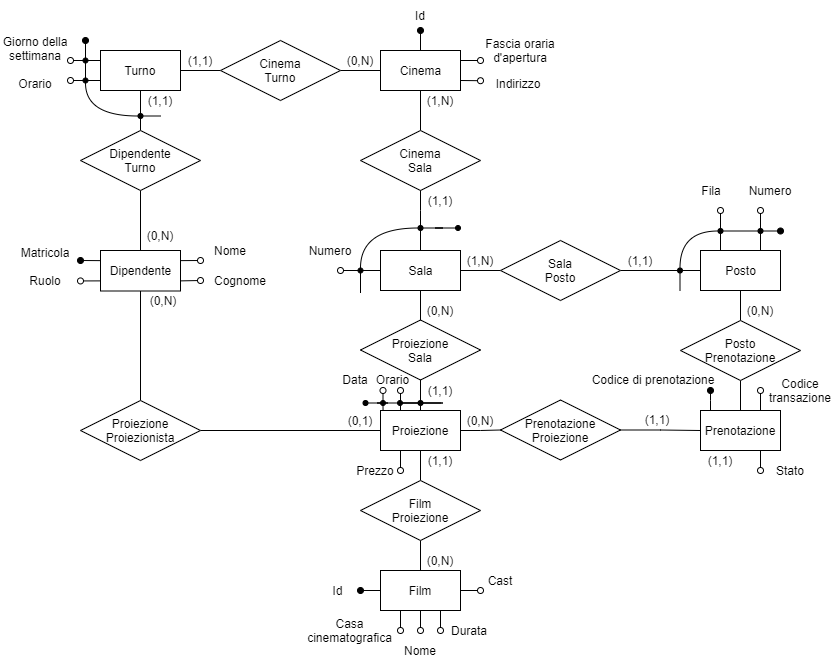
buracchi/cinema-management-system keeps this draw.io diagram as docs/media/er_diagrams/restructuration.png. Above is the earlier version. Source tidied: cells renumbered, new cells last; positions are measured from the earlier drawing's top-left corner, leaving out a move shared by most shapes.
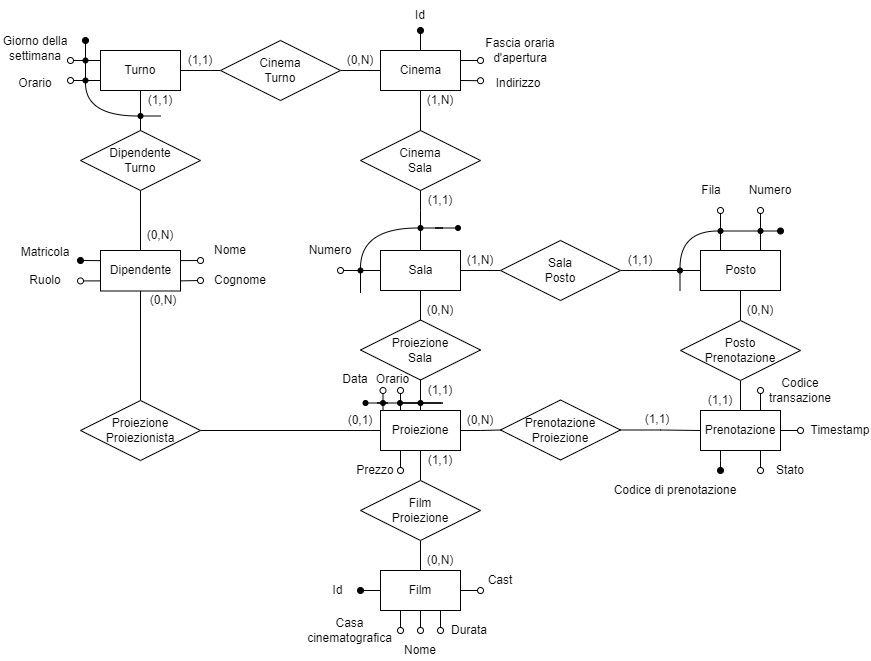
Above is the later version.

The edit, as a diff of the source:
```diff
@@ -115,15 +115,6 @@
     <mxCell id="31" value="(0,N)" style="text;html=1;strokeColor=none;fillColor=none;align=center;verticalAlign=middle;whiteSpace=wrap;sketch=0;" parent="1" vertex="1">
       <mxGeometry x="420" y="300" width="40" height="20" as="geometry" />
     </mxCell>
-    <mxCell id="32" style="edgeStyle=orthogonalEdgeStyle;jettySize=auto;html=1;startSize=6;endArrow=oval;endFill=1;endSize=6;fillColor=#000000;sketch=0;rounded=0;" parent="1" edge="1" source="36">
-      <mxGeometry relative="1" as="geometry">
-        <mxPoint x="710" y="390" as="targetPoint" />
-        <Array as="points">
-          <mxPoint x="710" y="400" />
-          <mxPoint x="710" y="400" />
-        </Array>
-      </mxGeometry>
-    </mxCell>
     <mxCell id="33" style="edgeStyle=orthogonalEdgeStyle;curved=1;rounded=0;jettySize=auto;html=1;entryX=0.5;entryY=1;entryDx=0;entryDy=0;endArrow=none;endFill=0;" parent="1" edge="1" source="36" target="96">
       <mxGeometry relative="1" as="geometry" />
     </mxCell>
@@ -137,6 +128,24 @@
         <mxPoint x="760" y="470" as="targetPoint" />
       </mxGeometry>
     </mxCell>
+    <mxCell id="137" style="edgeStyle=orthogonalEdgeStyle;rounded=0;jettySize=auto;html=1;endArrow=oval;endFill=1;exitX=0.25;exitY=1;exitDx=0;exitDy=0;" parent="1" edge="1" source="36">
+      <mxGeometry relative="1" as="geometry">
+        <mxPoint x="720" y="470" as="targetPoint" />
+        <Array as="points">
+          <mxPoint x="720" y="460" />
+          <mxPoint x="720" y="460" />
+        </Array>
+      </mxGeometry>
+    </mxCell>
+    <mxCell id="138" style="edgeStyle=orthogonalEdgeStyle;rounded=0;jettySize=auto;html=1;endArrow=oval;endFill=0;" parent="1" edge="1" source="36">
+      <mxGeometry relative="1" as="geometry">
+        <mxPoint x="800" y="430" as="targetPoint" />
+        <Array as="points">
+          <mxPoint x="800" y="430" />
+          <mxPoint x="800" y="430" />
+        </Array>
+      </mxGeometry>
+    </mxCell>
     <mxCell id="36" value="Prenotazione" style="whiteSpace=wrap;html=1;sketch=0;" parent="1" vertex="1">
       <mxGeometry x="700" y="410" width="80" height="40" as="geometry" />
     </mxCell>
@@ -291,13 +300,13 @@
       <mxGeometry x="340" y="50" width="40" height="20" as="geometry" />
     </mxCell>
     <mxCell id="80" value="Codice di prenotazione" style="text;html=1;strokeColor=none;fillColor=none;align=center;verticalAlign=middle;whiteSpace=wrap;sketch=0;" parent="1" vertex="1">
-      <mxGeometry x="588" y="368.5" width="130" height="20" as="geometry" />
+      <mxGeometry x="609.5" y="480" width="130" height="20" as="geometry" />
     </mxCell>
     <mxCell id="81" value="(0,N)" style="text;html=1;strokeColor=none;fillColor=none;align=center;verticalAlign=middle;whiteSpace=wrap;sketch=0;" parent="1" vertex="1">
       <mxGeometry x="142.5" y="290" width="40" height="20" as="geometry" />
     </mxCell>
     <mxCell id="82" value="(1,1)" style="text;html=1;strokeColor=none;fillColor=none;align=center;verticalAlign=middle;whiteSpace=wrap;sketch=0;" parent="1" vertex="1">
-      <mxGeometry x="700" y="450" width="40" height="20" as="geometry" />
+      <mxGeometry x="700" y="389.5" width="40" height="20" as="geometry" />
     </mxCell>
     <mxCell id="83" value="(1,1)" style="text;html=1;strokeColor=none;fillColor=none;align=center;verticalAlign=middle;whiteSpace=wrap;sketch=0;" parent="1" vertex="1">
       <mxGeometry x="180" y="50" width="40" height="20" as="geometry" />
@@ -484,5 +493,8 @@
     <mxCell id="136" value="Cast" style="text;html=1;strokeColor=none;fillColor=none;align=center;verticalAlign=middle;whiteSpace=wrap;sketch=0;" parent="1" vertex="1">
       <mxGeometry x="480" y="570" width="40" height="20" as="geometry" />
     </mxCell>
+    <mxCell id="139" value="Timestamp" style="text;html=1;strokeColor=none;fillColor=none;align=center;verticalAlign=middle;whiteSpace=wrap;sketch=0;" parent="1" vertex="1">
+      <mxGeometry x="810" y="420" width="60" height="20" as="geometry" />
+    </mxCell>
   </root>
 </mxGraphModel>
```
